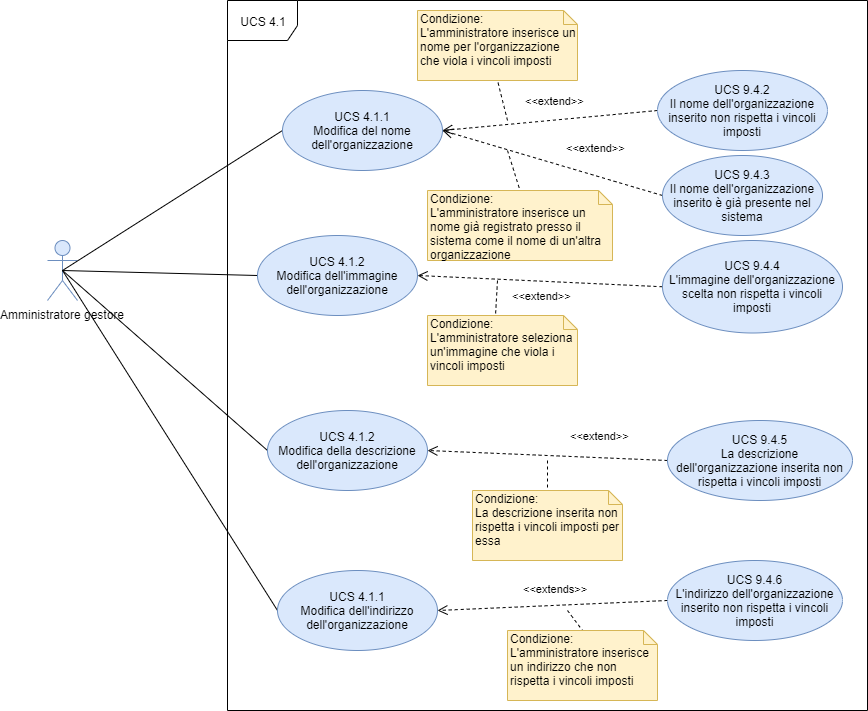
qb-team/Stalker-Documentazione keeps this draw.io diagram as DocumentazioneEsterna/AnalisiRequisiti/sezioni/UseCase/Immagini/UCS4.1.png. Above is the earlier version. Source tidied: cells renumbered, new cells last; positions are measured from the earlier drawing's top-left corner, leaving out a move shared by most shapes.
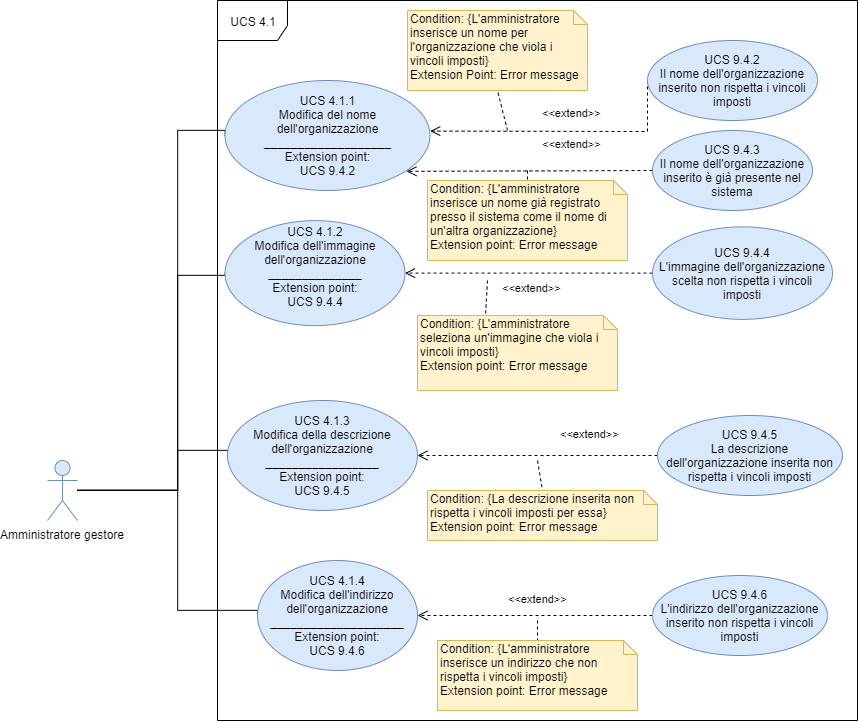
After the commit.

Change to the diagram source:
```diff
@@ -2,47 +2,72 @@
   <root>
     <mxCell id="0" />
     <mxCell id="1" parent="0" />
+    <mxCell id="10" style="edgeStyle=orthogonalEdgeStyle;rounded=0;jettySize=auto;html=1;entryX=0;entryY=0.5;entryDx=0;entryDy=0;endArrow=none;endFill=0;" parent="1" edge="1" source="2" target="11">
+      <mxGeometry relative="1" as="geometry">
+        <Array as="points">
+          <mxPoint x="140" y="490" />
+          <mxPoint x="140" y="610" />
+        </Array>
+      </mxGeometry>
+    </mxCell>
+    <mxCell id="8" style="edgeStyle=orthogonalEdgeStyle;rounded=0;jettySize=auto;html=1;entryX=0;entryY=0.5;entryDx=0;entryDy=0;endArrow=none;endFill=0;" parent="1" edge="1" source="2" target="9">
+      <mxGeometry relative="1" as="geometry">
+        <Array as="points">
+          <mxPoint x="140" y="490" />
+          <mxPoint x="140" y="450" />
+        </Array>
+      </mxGeometry>
+    </mxCell>
+    <mxCell id="32" style="edgeStyle=orthogonalEdgeStyle;rounded=0;jettySize=auto;html=1;entryX=0;entryY=0.5;entryDx=0;entryDy=0;endArrow=none;endFill=0;" parent="1" edge="1" target="7">
+      <mxGeometry relative="1" as="geometry">
+        <mxPoint x="40" y="489.9" as="sourcePoint" />
+        <Array as="points">
+          <mxPoint x="140" y="490.1" />
+          <mxPoint x="140" y="275.1" />
+        </Array>
+      </mxGeometry>
+    </mxCell>
+    <mxCell id="4" style="edgeStyle=orthogonalEdgeStyle;rounded=0;jettySize=auto;html=1;entryX=0;entryY=0.5;entryDx=0;entryDy=0;endArrow=none;endFill=0;" parent="1" edge="1" source="2" target="5">
+      <mxGeometry relative="1" as="geometry">
+        <Array as="points">
+          <mxPoint x="140" y="490" />
+          <mxPoint x="140" y="130" />
+        </Array>
+      </mxGeometry>
+    </mxCell>
     <mxCell id="2" value="Amministratore gestore" style="shape=umlActor;verticalLabelPosition=bottom;labelBackgroundColor=#ffffff;verticalAlign=top;html=1;outlineConnect=0;fillColor=#dae8fc;strokeColor=#6c8ebf;" parent="1" vertex="1">
-      <mxGeometry y="240" width="30" height="60" as="geometry" />
+      <mxGeometry x="10" y="460" width="30" height="60" as="geometry" />
     </mxCell>
     <mxCell id="3" value="UCS 4.1" style="shape=umlFrame;whiteSpace=wrap;html=1;width=70;height=40;" parent="1" vertex="1">
-      <mxGeometry x="180" width="640" height="710" as="geometry" />
+      <mxGeometry x="180" width="640" height="720" as="geometry" />
     </mxCell>
-    <mxCell id="4" style="endArrow=none;html=1;exitX=0.5;exitY=0.5;exitDx=0;exitDy=0;exitPerimeter=0;entryX=0;entryY=0.5;entryDx=0;entryDy=0;" parent="1" edge="1" source="2" target="5">
-      <mxGeometry relative="1" as="geometry" />
-    </mxCell>
-    <mxCell id="5" value="UCS 4.1.1&lt;br&gt;Modifica del nome dell'organizzazione" style="ellipse;whiteSpace=wrap;html=1;fillColor=#dae8fc;strokeColor=#6c8ebf;" parent="1" vertex="1">
-      <mxGeometry x="235" y="90" width="160" height="80" as="geometry" />
+    <mxCell id="5" value="UCS 4.1.1&lt;br&gt;Modifica del nome dell'organizzazione&lt;br&gt;&lt;b&gt;___________________&lt;br&gt;&lt;/b&gt;Extension point:&lt;br&gt;UCS 9.4.2" style="ellipse;whiteSpace=wrap;html=1;fillColor=#dae8fc;strokeColor=#6c8ebf;" parent="1" vertex="1">
+      <mxGeometry x="187.5" y="80" width="205" height="110" as="geometry" />
     </mxCell>
-    <mxCell id="6" style="endArrow=none;html=1;exitX=0.5;exitY=0.5;exitDx=0;exitDy=0;exitPerimeter=0;entryX=0;entryY=0.5;entryDx=0;entryDy=0;" parent="1" edge="1" source="2" target="7">
-      <mxGeometry relative="1" as="geometry" />
-    </mxCell>
-    <mxCell id="7" value="UCS 4.1.2&lt;br&gt;Modifica dell'immagine dell'organizzazione&lt;span style=&quot;color: rgba(0 , 0 , 0 , 0) ; font-family: monospace ; font-size: 0px ; white-space: nowrap&quot;&gt;%3CmxGraphModel%3E%3Croot%3E%3CmxCell%20id%3D%220%22%2F%3E%3CmxCell%20id%3D%221%22%20parent%3D%220%22%2F%3E%3CmxCell%20id%3D%222%22%20value%3D%22%22%20style%3D%22endArrow%3Dnone%3Bhtml%3D1%3BexitX%3D0.5%3BexitY%3D0.5%3BexitDx%3D0%3BexitDy%3D0%3BexitPerimeter%3D0%3BentryX%3D0%3BentryY%3D0.5%3BentryDx%3D0%3BentryDy%3D0%3B%22%20edge%3D%221%22%20target%3D%223%22%20parent%3D%221%22%3E%3CmxGeometry%20width%3D%2250%22%20height%3D%2250%22%20relative%3D%221%22%20as%3D%22geometry%22%3E%3CmxPoint%20x%3D%225%22%20y%3D%22320%22%20as%3D%22sourcePoint%22%2F%3E%3CmxPoint%20x%3D%22230%22%20y%3D%22250%22%20as%3D%22targetPoint%22%2F%3E%3C%2FmxGeometry%3E%3C%2FmxCell%3E%3CmxCell%20id%3D%223%22%20value%3D%22UCS%204.1.1%26lt%3Bbr%26gt%3BModifica%20del%20nome%20dell'organizzazione%22%20style%3D%22ellipse%3BwhiteSpace%3Dwrap%3Bhtml%3D1%3BfillColor%3D%23dae8fc%3BstrokeColor%3D%236c8ebf%3B%22%20vertex%3D%221%22%20parent%3D%221%22%3E%3CmxGeometry%20x%3D%22225%22%20y%3D%22140%22%20width%3D%22160%22%20height%3D%2280%22%20as%3D%22geometry%22%2F%3E%3C%2FmxCell%3E%3C%2Froot%3E%3C%2FmxGraphModel%3E&lt;/span&gt;" style="ellipse;whiteSpace=wrap;html=1;fillColor=#dae8fc;strokeColor=#6c8ebf;" parent="1" vertex="1">
-      <mxGeometry x="210" y="235" width="160" height="80" as="geometry" />
+    <mxCell id="7" value="UCS 4.1.2&lt;br&gt;Modifica dell'immagine dell'organizzazione&lt;br&gt;&lt;b&gt;______________&lt;/b&gt;&lt;br&gt;Extension point:&lt;br&gt;UCS 9.4.4&lt;br&gt;&lt;span style=&quot;color: rgba(0 , 0 , 0 , 0) ; font-family: monospace ; font-size: 0px ; white-space: nowrap&quot;&gt;dsdsdsdssdddshModel%3E%3Croot%3E%3CmxCell%20id%3D%220%22%2F%3E%3CmxCell%20id%3D%221%22%20parent%3D%220%22%2F%3E%3CmxCell%20id%3D%222%22%20value%3D%22%22%20style%3D%22endArrow%3Dnone%3Bhtml%3D1%3BexitX%3D0.5%3BexitY%3D0.5%3BexitDx%3D0%3BexitDy%3D0%3BexitPerimeter%3D0%3BentryX%3D0%3BentryY%3D0.5%3BentryDx%3D0%3BentryDy%3D0%3B%22%20edge%3D%221%22%20target%3D%223%22%20parent%3D%221%22%3E%3CmxGeometry%20width%3D%2250%22%20height%3D%2250%22%20relative%3D%221%22%20as%3D%22geometry%22%3E%3CmxPoint%20x%3D%225%22%20y%3D%22320%22%20as%3D%22sourcePoint%22%2F%3E%3CmxPoint%20x%3D%22230%22%20y%3D%22250%22%20as%3D%22targetPoint%22%2F%3E%3C%2FmxGeometry%3E%3C%2FmxCell%3E%3CmxCell%20id%3D%223%22%20value%3D%22UCS%204.1.1%26lt%3Bbr%26gt%3BModifica%20del%20nome%20dell'organizzazione%22%20style%3D%22ellipse%3BwhiteSpace%3Dwrap%3Bhtml%3D1%3BfillColor%3D%23dae8fc%3BstrokeColor%3D%236c8ebf%3B%22%20vertex%3D%221%22%20parent%3D%221%22%3E%3CmxGeometry%20x%3D%22225%22%20y%3D%22140%22%20width%3D%22160%22%20height%3D%2280%22%20as%3D%22geometry%22%2F%3E%3C%2FmxCell%3E%3C%2Froot%3E%3C%2FmxGraphModel%3E&lt;/span&gt;&lt;span style=&quot;color: rgba(0 , 0 , 0 , 0) ; font-family: monospace ; font-size: 0px ; white-space: nowrap&quot;&gt;&lt;br&gt;&lt;/span&gt;" style="ellipse;whiteSpace=wrap;html=1;fillColor=#dae8fc;strokeColor=#6c8ebf;" parent="1" vertex="1">
+      <mxGeometry x="187.5" y="220.1" width="180" height="105" as="geometry" />
     </mxCell>
-    <mxCell id="8" style="endArrow=none;html=1;exitX=0.5;exitY=0.5;exitDx=0;exitDy=0;exitPerimeter=0;entryX=0;entryY=0.5;entryDx=0;entryDy=0;" parent="1" edge="1" source="2" target="9">
-      <mxGeometry relative="1" as="geometry" />
-    </mxCell>
-    <mxCell id="9" value="UCS 4.1.2&lt;br&gt;Modifica della descrizione dell'organizzazione" style="ellipse;whiteSpace=wrap;html=1;fillColor=#dae8fc;strokeColor=#6c8ebf;" parent="1" vertex="1">
-      <mxGeometry x="220" y="410" width="160" height="80" as="geometry" />
+    <mxCell id="9" value="UCS 4.1.3&lt;br&gt;Modifica della descrizione dell'organizzazione&lt;br&gt;&lt;b&gt;_________________&lt;/b&gt;&lt;br&gt;Extension point:&lt;br&gt;UCS 9.4.5" style="ellipse;whiteSpace=wrap;html=1;fillColor=#dae8fc;strokeColor=#6c8ebf;" parent="1" vertex="1">
+      <mxGeometry x="190" y="400" width="190" height="110" as="geometry" />
     </mxCell>
-    <mxCell id="10" style="endArrow=none;html=1;exitX=0.5;exitY=0.5;exitDx=0;exitDy=0;exitPerimeter=0;entryX=0;entryY=0.5;entryDx=0;entryDy=0;" parent="1" edge="1" source="2" target="11">
-      <mxGeometry relative="1" as="geometry" />
-    </mxCell>
-    <mxCell id="11" value="UCS 4.1.1&lt;br&gt;Modifica dell'indirizzo dell'organizzazione" style="ellipse;whiteSpace=wrap;html=1;fillColor=#dae8fc;strokeColor=#6c8ebf;" parent="1" vertex="1">
-      <mxGeometry x="230" y="570" width="160" height="80" as="geometry" />
+    <mxCell id="11" value="UCS 4.1.4&lt;br&gt;Modifica dell'indirizzo dell'organizzazione&lt;br&gt;&lt;b&gt;____________________&lt;/b&gt;&lt;br&gt;Extension point:&lt;br&gt;UCS 9.4.6" style="ellipse;whiteSpace=wrap;html=1;fillColor=#dae8fc;strokeColor=#6c8ebf;" parent="1" vertex="1">
+      <mxGeometry x="220" y="560" width="160" height="110" as="geometry" />
     </mxCell>
-    <mxCell id="12" value="&amp;lt;&amp;lt;extend&amp;gt;&amp;gt;" style="html=1;verticalAlign=bottom;endArrow=open;dashed=1;endSize=8;entryX=1;entryY=0.5;entryDx=0;entryDy=0;exitX=0;exitY=0.5;exitDx=0;exitDy=0;" parent="1" edge="1" source="13" target="5">
-      <mxGeometry x="-0.06" y="-10" relative="1" as="geometry" />
+    <mxCell id="12" value="&amp;lt;&amp;lt;extend&amp;gt;&amp;gt;" style="html=1;verticalAlign=bottom;endArrow=open;dashed=1;endSize=8;entryX=1.001;entryY=0.46;entryDx=0;entryDy=0;exitX=0;exitY=0.5;exitDx=0;exitDy=0;rounded=0;entryPerimeter=0;" parent="1" edge="1" source="13" target="5">
+      <mxGeometry x="-0.06" y="-10" relative="1" as="geometry">
+        <Array as="points">
+          <mxPoint x="610" y="131" />
+        </Array>
+      </mxGeometry>
     </mxCell>
     <mxCell id="13" value="UCS 9.4.2&lt;br&gt;Il nome dell'organizzazione inserito non rispetta i vincoli imposti" style="ellipse;whiteSpace=wrap;html=1;fillColor=#dae8fc;strokeColor=#6c8ebf;" parent="1" vertex="1">
-      <mxGeometry x="610" y="70" width="170" height="80" as="geometry" />
+      <mxGeometry x="610" y="40" width="170" height="80" as="geometry" />
     </mxCell>
-    <mxCell id="14" value="&amp;lt;&amp;lt;extend&amp;gt;&amp;gt;" style="html=1;verticalAlign=bottom;endArrow=open;dashed=1;endSize=8;entryX=1;entryY=0.5;entryDx=0;entryDy=0;exitX=0;exitY=0.5;exitDx=0;exitDy=0;" parent="1" edge="1" source="15" target="5">
+    <mxCell id="14" value="&amp;lt;&amp;lt;extend&amp;gt;&amp;gt;" style="html=1;verticalAlign=bottom;endArrow=open;dashed=1;endSize=8;entryX=0.885;entryY=0.826;entryDx=0;entryDy=0;exitX=0;exitY=0.5;exitDx=0;exitDy=0;entryPerimeter=0;" parent="1" edge="1" source="15" target="5">
       <mxGeometry x="-0.35" y="-18" relative="1" as="geometry" />
     </mxCell>
     <mxCell id="15" value="UCS 9.4.3&lt;br&gt;Il nome dell'organizzazione inserito è già presente nel sistema" style="ellipse;whiteSpace=wrap;html=1;fillColor=#dae8fc;strokeColor=#6c8ebf;" parent="1" vertex="1">
-      <mxGeometry x="615" y="155" width="160" height="80" as="geometry" />
+      <mxGeometry x="615" y="130" width="160" height="80" as="geometry" />
     </mxCell>
     <mxCell id="16" value="&amp;lt;&amp;lt;extend&amp;gt;&amp;gt;" style="html=1;verticalAlign=bottom;endArrow=open;dashed=1;endSize=8;entryX=1;entryY=0.5;entryDx=0;entryDy=0;exitX=0;exitY=0.5;exitDx=0;exitDy=0;" parent="1" edge="1" source="17" target="7">
       <mxGeometry x="-0.02" y="24" relative="1" as="geometry">
@@ -50,59 +75,59 @@
       </mxGeometry>
     </mxCell>
     <mxCell id="17" value="UCS 9.4.4&lt;br&gt;L'immagine dell'organizzazione scelta non rispetta i vincoli imposti" style="ellipse;whiteSpace=wrap;html=1;fillColor=#dae8fc;strokeColor=#6c8ebf;" parent="1" vertex="1">
-      <mxGeometry x="615" y="240" width="180" height="92.5" as="geometry" />
+      <mxGeometry x="615" y="226.4" width="180" height="92.5" as="geometry" />
     </mxCell>
     <mxCell id="18" value="&amp;lt;&amp;lt;extend&amp;gt;&amp;gt;" style="html=1;verticalAlign=bottom;endArrow=open;dashed=1;endSize=8;entryX=1;entryY=0.5;entryDx=0;entryDy=0;exitX=0;exitY=0.5;exitDx=0;exitDy=0;" parent="1" edge="1" source="19" target="9">
       <mxGeometry x="-0.44" y="-13" relative="1" as="geometry" />
     </mxCell>
     <mxCell id="19" value="UCS 9.4.5&lt;br&gt;La descrizione dell'organizzazione inserita non rispetta i vincoli imposti" style="ellipse;whiteSpace=wrap;html=1;fillColor=#dae8fc;strokeColor=#6c8ebf;" parent="1" vertex="1">
-      <mxGeometry x="620" y="420" width="185" height="80" as="geometry" />
+      <mxGeometry x="620" y="415" width="185" height="80" as="geometry" />
     </mxCell>
-    <mxCell id="20" value="&amp;lt;&amp;lt;extends&amp;gt;&amp;gt;" style="html=1;verticalAlign=bottom;endArrow=open;dashed=1;endSize=8;entryX=1;entryY=0.5;entryDx=0;entryDy=0;exitX=0;exitY=0.5;exitDx=0;exitDy=0;" parent="1" edge="1" source="21" target="11">
+    <mxCell id="20" value="&amp;lt;&amp;lt;extend&amp;gt;&amp;gt;" style="html=1;verticalAlign=bottom;endArrow=open;dashed=1;endSize=8;entryX=1;entryY=0.5;entryDx=0;entryDy=0;exitX=0;exitY=0.5;exitDx=0;exitDy=0;" parent="1" edge="1" source="21" target="11">
       <mxGeometry x="-0.03" y="-8" relative="1" as="geometry" />
     </mxCell>
     <mxCell id="21" value="UCS 9.4.6&lt;br&gt;L'indirizzo dell'organizzazione inserito non rispetta i vincoli imposti" style="ellipse;whiteSpace=wrap;html=1;fillColor=#dae8fc;strokeColor=#6c8ebf;" parent="1" vertex="1">
-      <mxGeometry x="620" y="560" width="175" height="80" as="geometry" />
+      <mxGeometry x="615" y="575" width="175" height="80" as="geometry" />
     </mxCell>
     <mxCell id="22" style="endArrow=none;dashed=1;html=1;entryX=0.5;entryY=1;entryDx=0;entryDy=0;entryPerimeter=0;" parent="1" edge="1" target="23">
       <mxGeometry relative="1" as="geometry">
-        <mxPoint x="460" y="120" as="sourcePoint" />
+        <mxPoint x="470" y="130" as="sourcePoint" />
       </mxGeometry>
     </mxCell>
-    <mxCell id="23" value="Condizione:&lt;br&gt;L'amministratore inserisce un nome per l'organizzazione che viola i vincoli imposti" style="shape=note;whiteSpace=wrap;html=1;size=14;verticalAlign=top;align=left;spacingTop=-6;fillColor=#fff2cc;strokeColor=#d6b656;" parent="1" vertex="1">
-      <mxGeometry x="370" y="10" width="160" height="70" as="geometry" />
+    <mxCell id="23" value="Condition: {L'amministratore inserisce un nome per l'organizzazione che viola i vincoli imposti}&lt;br&gt;Extension Point: Error message" style="shape=note;whiteSpace=wrap;html=1;size=14;verticalAlign=top;align=left;spacingTop=-6;fillColor=#fff2cc;strokeColor=#d6b656;" parent="1" vertex="1">
+      <mxGeometry x="370" y="10" width="180" height="80" as="geometry" />
     </mxCell>
     <mxCell id="24" style="endArrow=none;dashed=1;html=1;entryX=0.5;entryY=0;entryDx=0;entryDy=0;entryPerimeter=0;" parent="1" edge="1" target="25">
       <mxGeometry relative="1" as="geometry">
-        <mxPoint x="460" y="150" as="sourcePoint" />
+        <mxPoint x="490" y="170" as="sourcePoint" />
       </mxGeometry>
     </mxCell>
-    <mxCell id="25" value="Condizione:&lt;br&gt;L'amministratore inserisce un nome già registrato presso il sistema come il nome di un'altra organizzazione" style="shape=note;whiteSpace=wrap;html=1;size=14;verticalAlign=top;align=left;spacingTop=-6;fillColor=#fff2cc;strokeColor=#d6b656;" parent="1" vertex="1">
-      <mxGeometry x="380" y="190" width="185" height="70" as="geometry" />
+    <mxCell id="25" value="Condition: {L'amministratore inserisce un nome già registrato presso il sistema come il nome di un'altra organizzazione}&lt;br&gt;Extension point: Error message" style="shape=note;whiteSpace=wrap;html=1;size=14;verticalAlign=top;align=left;spacingTop=-6;fillColor=#fff2cc;strokeColor=#d6b656;" parent="1" vertex="1">
+      <mxGeometry x="390" y="180" width="200" height="80" as="geometry" />
     </mxCell>
     <mxCell id="26" style="endArrow=none;dashed=1;html=1;entryX=0;entryY=0;entryDx=68;entryDy=0;entryPerimeter=0;" parent="1" edge="1" target="27">
       <mxGeometry relative="1" as="geometry">
         <mxPoint x="450" y="280" as="sourcePoint" />
       </mxGeometry>
     </mxCell>
-    <mxCell id="27" value="Condizione:&lt;br&gt;L'amministratore seleziona un'immagine che viola i vincoli imposti" style="shape=note;whiteSpace=wrap;html=1;size=14;verticalAlign=top;align=left;spacingTop=-6;fillColor=#fff2cc;strokeColor=#d6b656;" parent="1" vertex="1">
-      <mxGeometry x="380" y="315" width="150" height="70" as="geometry" />
+    <mxCell id="27" value="Condition: {L'amministratore seleziona un'immagine che viola i vincoli imposti}&lt;br&gt;Extension point: Error message" style="shape=note;whiteSpace=wrap;html=1;size=14;verticalAlign=top;align=left;spacingTop=-6;fillColor=#fff2cc;strokeColor=#d6b656;" parent="1" vertex="1">
+      <mxGeometry x="380" y="315" width="200" height="75" as="geometry" />
     </mxCell>
     <mxCell id="28" style="endArrow=none;dashed=1;html=1;entryX=0.5;entryY=0;entryDx=0;entryDy=0;entryPerimeter=0;" parent="1" edge="1" target="29">
       <mxGeometry relative="1" as="geometry">
         <mxPoint x="500" y="460" as="sourcePoint" />
       </mxGeometry>
     </mxCell>
-    <mxCell id="29" value="Condizione:&lt;br&gt;La descrizione inserita non rispetta i vincoli imposti per essa" style="shape=note;whiteSpace=wrap;html=1;size=14;verticalAlign=top;align=left;spacingTop=-6;fillColor=#fff2cc;strokeColor=#d6b656;" parent="1" vertex="1">
-      <mxGeometry x="425" y="490" width="150" height="70" as="geometry" />
+    <mxCell id="29" value="Condition: {La descrizione inserita non rispetta i vincoli imposti per essa}&lt;br&gt;Extension point: Error message" style="shape=note;whiteSpace=wrap;html=1;size=14;verticalAlign=top;align=left;spacingTop=-6;fillColor=#fff2cc;strokeColor=#d6b656;" parent="1" vertex="1">
+      <mxGeometry x="390" y="490" width="230" height="50" as="geometry" />
     </mxCell>
     <mxCell id="30" style="endArrow=none;dashed=1;html=1;entryX=0.5;entryY=0;entryDx=0;entryDy=0;entryPerimeter=0;" parent="1" edge="1" target="31">
       <mxGeometry relative="1" as="geometry">
-        <mxPoint x="520" y="610" as="sourcePoint" />
+        <mxPoint x="500" y="620" as="sourcePoint" />
       </mxGeometry>
     </mxCell>
-    <mxCell id="31" value="Condizione:&lt;br&gt;L'amministratore inserisce un indirizzo che non rispetta i vincoli imposti" style="shape=note;whiteSpace=wrap;html=1;size=14;verticalAlign=top;align=left;spacingTop=-6;fillColor=#fff2cc;strokeColor=#d6b656;" parent="1" vertex="1">
-      <mxGeometry x="460" y="630" width="150" height="70" as="geometry" />
+    <mxCell id="31" value="Condition: {L'amministratore inserisce un indirizzo che non rispetta i vincoli imposti}&lt;br&gt;Extension point: Error message" style="shape=note;whiteSpace=wrap;html=1;size=14;verticalAlign=top;align=left;spacingTop=-6;fillColor=#fff2cc;strokeColor=#d6b656;" parent="1" vertex="1">
+      <mxGeometry x="400" y="640" width="200" height="70" as="geometry" />
     </mxCell>
   </root>
 </mxGraphModel>
```
